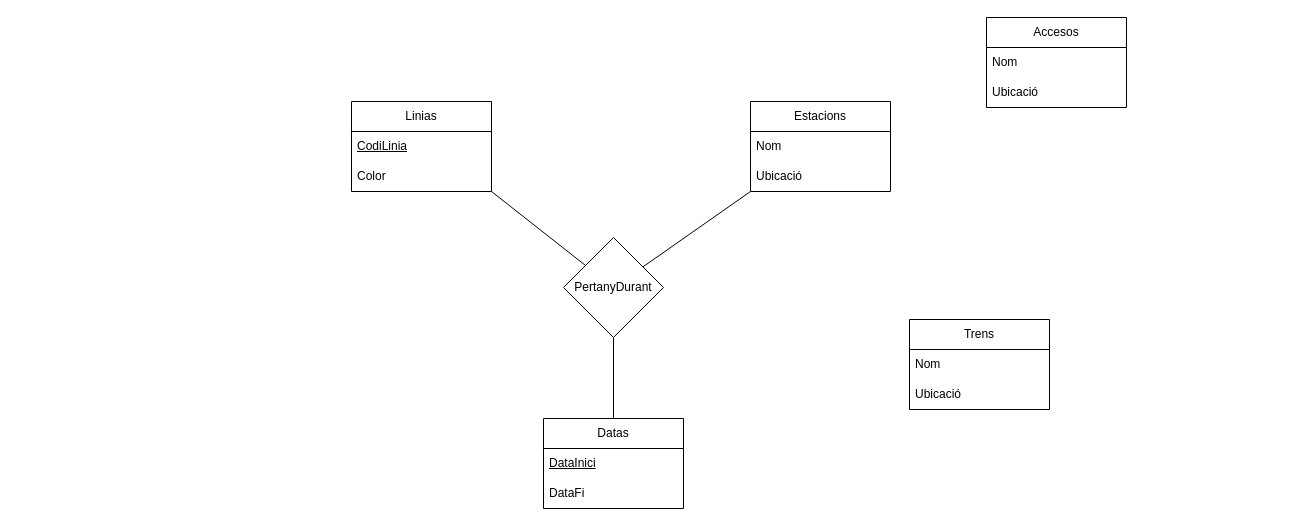
Before: 0377-ASGBD (M10)/drawio/metrobarcelona.drawio in gxldnn/edt, a draw.io diagram. Source tidied: cells renumbered, new cells numbered last; positions are measured from the earlier drawing's top-left corner, leaving out a move shared by most shapes. Both pictures are drawn from the tidied source at 100%, with x=0, y=0 at pixel (351, 17).
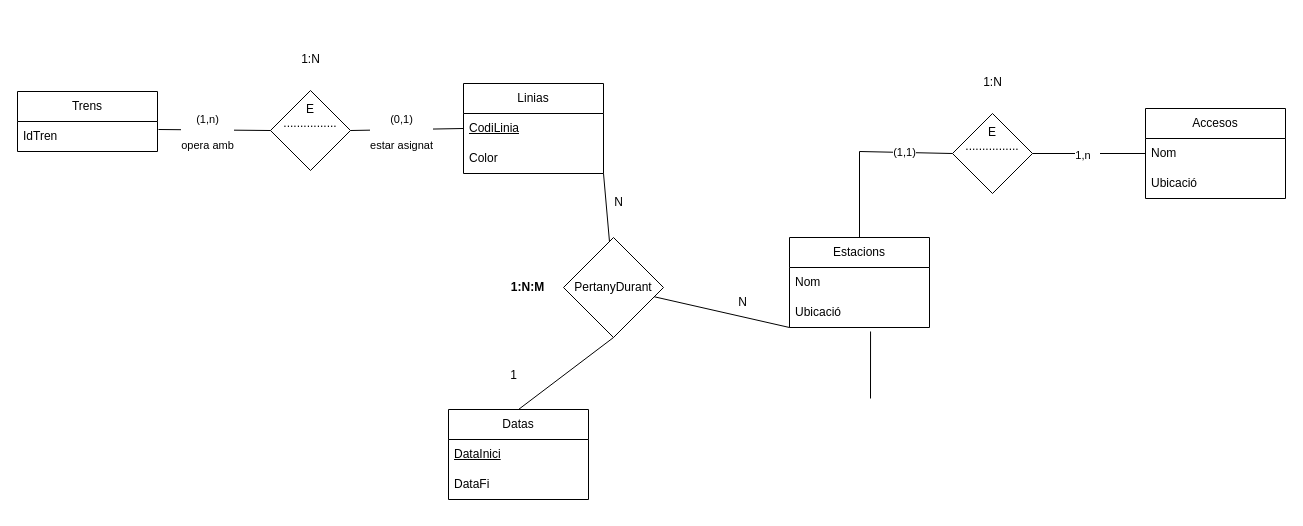
The same diagram, later.

The change refers to these unchanged cells:
```xml
<mxCell id="4" value="Ubicació" style="text;strokeColor=none;fillColor=none;align=left;verticalAlign=middle;spacingLeft=4;spacingRight=4;overflow=hidden;points=[[0,0.5],[1,0.5]];portConstraint=eastwest;whiteSpace=wrap;html=1;" parent="2" vertex="1">
  <mxGeometry y="60" width="140" height="30" as="geometry" />
</mxCell>
<mxCell id="6" value="&lt;u&gt;CodiLinia&lt;/u&gt;" style="text;strokeColor=none;fillColor=none;align=left;verticalAlign=middle;spacingLeft=4;spacingRight=4;overflow=hidden;points=[[0,0.5],[1,0.5]];portConstraint=eastwest;whiteSpace=wrap;html=1;" parent="5" vertex="1">
  <mxGeometry y="30" width="140" height="30" as="geometry" />
</mxCell>
<mxCell id="16" value="Nom" style="text;strokeColor=none;fillColor=none;align=left;verticalAlign=middle;spacingLeft=4;spacingRight=4;overflow=hidden;points=[[0,0.5],[1,0.5]];portConstraint=eastwest;whiteSpace=wrap;html=1;" parent="15" vertex="1">
  <mxGeometry y="30" width="140" height="30" as="geometry" />
</mxCell>
```

What changed in the source:
```diff
@@
     <mxCell id="2" value="Estacions" style="swimlane;fontStyle=0;horizontal=1;startSize=30;whiteSpace=wrap;html=1;" parent="1" vertex="1">
-      <mxGeometry x="399" y="84" width="140" height="90" as="geometry" />
+      <mxGeometry x="438" y="220" width="140" height="90" as="geometry" />
     </mxCell>
@@
     <mxCell id="5" value="&lt;div&gt;Linias&lt;/div&gt;" style="swimlane;fontStyle=0;horizontal=1;startSize=30;whiteSpace=wrap;html=1;" parent="1" vertex="1">
-      <mxGeometry y="84" width="140" height="90" as="geometry" />
+      <mxGeometry x="112" y="66" width="140" height="90" as="geometry" />
     </mxCell>
@@
     <mxCell id="8" value="Datas" style="swimlane;fontStyle=0;horizontal=1;startSize=30;whiteSpace=wrap;html=1;" parent="1" vertex="1">
-      <mxGeometry x="192" y="401" width="140" height="90" as="geometry" />
+      <mxGeometry x="97" y="392" width="140" height="90" as="geometry" />
     </mxCell>
@@
-    <mxCell id="13" value="PertanyDurant" style="rhombus;whiteSpace=wrap;html=1;" parent="1" vertex="1">
-      <mxGeometry x="212" y="220" width="100" height="100" as="geometry" />
-    </mxCell>
@@
     <mxCell id="15" value="Accesos" style="swimlane;fontStyle=0;horizontal=1;startSize=30;whiteSpace=wrap;html=1;" parent="1" vertex="1">
-      <mxGeometry x="635" width="140" height="90" as="geometry" />
+      <mxGeometry x="794" y="91" width="140" height="90" as="geometry" />
     </mxCell>
@@
     <mxCell id="18" value="&lt;div&gt;Trens&lt;/div&gt;" style="swimlane;fontStyle=0;horizontal=1;startSize=30;whiteSpace=wrap;html=1;" parent="1" vertex="1">
-      <mxGeometry x="558" y="302" width="140" height="90" as="geometry" />
+      <mxGeometry x="-334" y="74" width="140" height="60" as="geometry" />
     </mxCell>
-    <mxCell id="19" value="Nom" style="text;strokeColor=none;fillColor=none;align=left;verticalAlign=middle;spacingLeft=4;spacingRight=4;overflow=hidden;points=[[0,0.5],[1,0.5]];portConstraint=eastwest;whiteSpace=wrap;html=1;" parent="18" vertex="1">
+    <mxCell id="19" value="IdTren" style="text;strokeColor=none;fillColor=none;align=left;verticalAlign=middle;spacingLeft=4;spacingRight=4;overflow=hidden;points=[[0,0.5],[1,0.5]];portConstraint=eastwest;whiteSpace=wrap;html=1;" parent="18" vertex="1">
       <mxGeometry y="30" width="140" height="30" as="geometry" />
     </mxCell>
-    <mxCell id="20" value="Ubicació" style="text;strokeColor=none;fillColor=none;align=left;verticalAlign=middle;spacingLeft=4;spacingRight=4;overflow=hidden;whiteSpace=wrap;html=1;" parent="18" vertex="1">
-      <mxGeometry y="60" width="140" height="30" as="geometry" />
-    </mxCell>
+    <mxCell id="21" value="N" style="text;html=1;align=center;verticalAlign=middle;strokeColor=none;fillColor=none;" parent="1" vertex="1">
+      <mxGeometry x="253.5" y="172" width="27" height="26" as="geometry" />
+    </mxCell>
+    <mxCell id="22" value="N" style="text;html=1;align=center;verticalAlign=middle;strokeColor=none;fillColor=none;" parent="1" vertex="1">
+      <mxGeometry x="377.5" y="272" width="27" height="26" as="geometry" />
+    </mxCell>
+    <mxCell id="23" value="1" style="text;html=1;align=center;verticalAlign=middle;strokeColor=none;fillColor=none;" parent="1" vertex="1">
+      <mxGeometry x="149.5" y="345" width="25" height="26" as="geometry" />
+    </mxCell>
+    <mxCell id="24" style="group;" parent="1" vertex="1">
+      <mxGeometry x="150" y="220" width="162" height="100" as="geometry" />
+    </mxCell>
+    <mxCell id="13" value="PertanyDurant" style="rhombus;whiteSpace=wrap;html=1;" parent="24" vertex="1">
+      <mxGeometry x="62" width="100" height="100" as="geometry" />
+    </mxCell>
+    <mxCell id="25" value="&lt;b&gt;1:N:M&lt;/b&gt;" style="text;html=1;align=center;verticalAlign=middle;strokeColor=none;fillColor=none;" parent="24" vertex="1">
+      <mxGeometry y="37" width="51" height="26" as="geometry" />
+    </mxCell>
+    <mxCell id="26" style="endArrow=none;html=1;rounded=0;entryX=1;entryY=0.5;entryDx=0;entryDy=0;exitX=0;exitY=0.5;exitDx=0;exitDy=0;" parent="1" edge="1" source="16" target="31">
+      <mxGeometry relative="1" as="geometry" />
+    </mxCell>
+    <mxCell id="27" value="1,n&lt;span style=&quot;white-space: pre;&quot;&gt;&#9;&lt;/span&gt;" style="edgeLabel;html=1;align=center;verticalAlign=middle;" parent="26" vertex="1">
+      <mxGeometry x="0.04" y="1" relative="1" as="geometry" />
+    </mxCell>
+    <mxCell id="28" style="endArrow=none;html=1;rounded=0;entryX=0.5;entryY=0;entryDx=0;entryDy=0;exitX=0;exitY=0.5;exitDx=0;exitDy=0;" parent="1" edge="1" source="31" target="2">
+      <mxGeometry relative="1" as="geometry">
+        <Array as="points">
+          <mxPoint x="508" y="134" />
+        </Array>
+      </mxGeometry>
+    </mxCell>
+    <mxCell id="29" value="(1,1)" style="edgeLabel;html=1;align=center;verticalAlign=middle;" parent="28" vertex="1">
+      <mxGeometry x="-0.45" relative="1" as="geometry" />
+    </mxCell>
+    <mxCell id="30" style="group;" parent="1" vertex="1">
+      <mxGeometry x="601" y="52" width="80" height="124" as="geometry" />
+    </mxCell>
+    <mxCell id="31" value="&lt;div&gt;E&lt;/div&gt;&lt;div&gt;................&lt;/div&gt;&lt;div&gt;&lt;br&gt;&lt;/div&gt;&lt;div&gt;&lt;br&gt;&lt;/div&gt;" style="rhombus;whiteSpace=wrap;html=1;" parent="30" vertex="1">
+      <mxGeometry y="44" width="80" height="80" as="geometry" />
+    </mxCell>
+    <mxCell id="32" value="1:N" style="text;html=1;align=center;verticalAlign=middle;strokeColor=none;fillColor=none;" parent="30" vertex="1">
+      <mxGeometry x="21.5" width="37" height="26" as="geometry" />
+    </mxCell>
+    <mxCell id="33" style="group;" parent="1" vertex="1">
+      <mxGeometry x="-81" y="29" width="80" height="124" as="geometry" />
+    </mxCell>
+    <mxCell id="34" value="&lt;div&gt;E&lt;/div&gt;&lt;div&gt;................&lt;/div&gt;&lt;div&gt;&lt;br&gt;&lt;/div&gt;&lt;div&gt;&lt;br&gt;&lt;/div&gt;" style="rhombus;whiteSpace=wrap;html=1;" parent="33" vertex="1">
+      <mxGeometry y="44" width="80" height="80" as="geometry" />
+    </mxCell>
+    <mxCell id="35" value="1:N" style="text;html=1;align=center;verticalAlign=middle;strokeColor=none;fillColor=none;" parent="33" vertex="1">
+      <mxGeometry x="21.5" width="37" height="26" as="geometry" />
+    </mxCell>
+    <mxCell id="36" style="endArrow=none;html=1;rounded=0;exitX=1.007;exitY=0.267;exitDx=0;exitDy=0;exitPerimeter=0;entryX=0;entryY=0.5;entryDx=0;entryDy=0;" parent="1" edge="1" source="19" target="34">
+      <mxGeometry relative="1" as="geometry" />
+    </mxCell>
+    <mxCell id="37" value="&lt;div&gt;(1,n)&lt;/div&gt;&lt;div&gt;&lt;br&gt;&lt;/div&gt;opera amb" style="edgeLabel;html=1;align=center;verticalAlign=middle;" parent="36" vertex="1">
+      <mxGeometry x="-0.35" y="-2" relative="1" as="geometry">
+        <mxPoint x="13" as="offset" />
+      </mxGeometry>
+    </mxCell>
+    <mxCell id="38" style="endArrow=none;html=1;rounded=0;entryX=0;entryY=0.5;entryDx=0;entryDy=0;exitX=1;exitY=0.5;exitDx=0;exitDy=0;" parent="1" edge="1" source="34" target="6">
+      <mxGeometry relative="1" as="geometry" />
+    </mxCell>
+    <mxCell id="39" value="(0,1)&lt;br&gt;&lt;br&gt;estar asignat" style="edgeLabel;html=1;align=center;verticalAlign=middle;" parent="38" vertex="1">
+      <mxGeometry x="-0.12" y="-2" relative="1" as="geometry" />
+    </mxCell>
+    <mxCell id="40" style="endArrow=none;html=1;rounded=0;entryX=0.579;entryY=1.133;entryDx=0;entryDy=0;entryPerimeter=0;exitX=0;exitY=0.5;exitDx=0;exitDy=0;" parent="1" edge="1" target="4">
+      <mxGeometry relative="1" as="geometry">
+        <mxPoint x="519" y="381" as="sourcePoint" />
+      </mxGeometry>
+    </mxCell>
```
